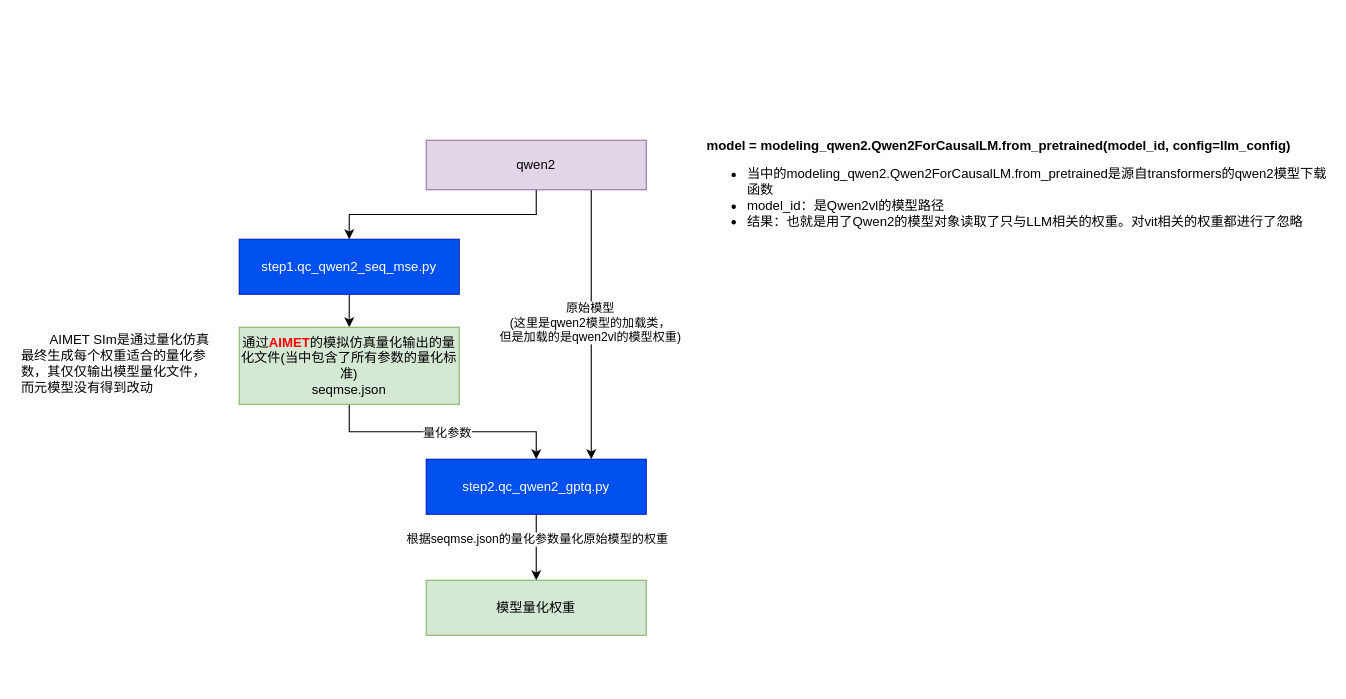
mailonghua/drawio keeps this draw.io diagram as LLM/mllm_hexagon_npu_convert_detail.drawio. Above is the earlier version. Source tidied: cells renumbered, new cells numbered last; positions are measured from the earlier drawing's top-left corner, leaving out a move shared by most shapes. Both pictures are drawn from the tidied source at 110%, with x=0, y=0 at pixel (19, 118).
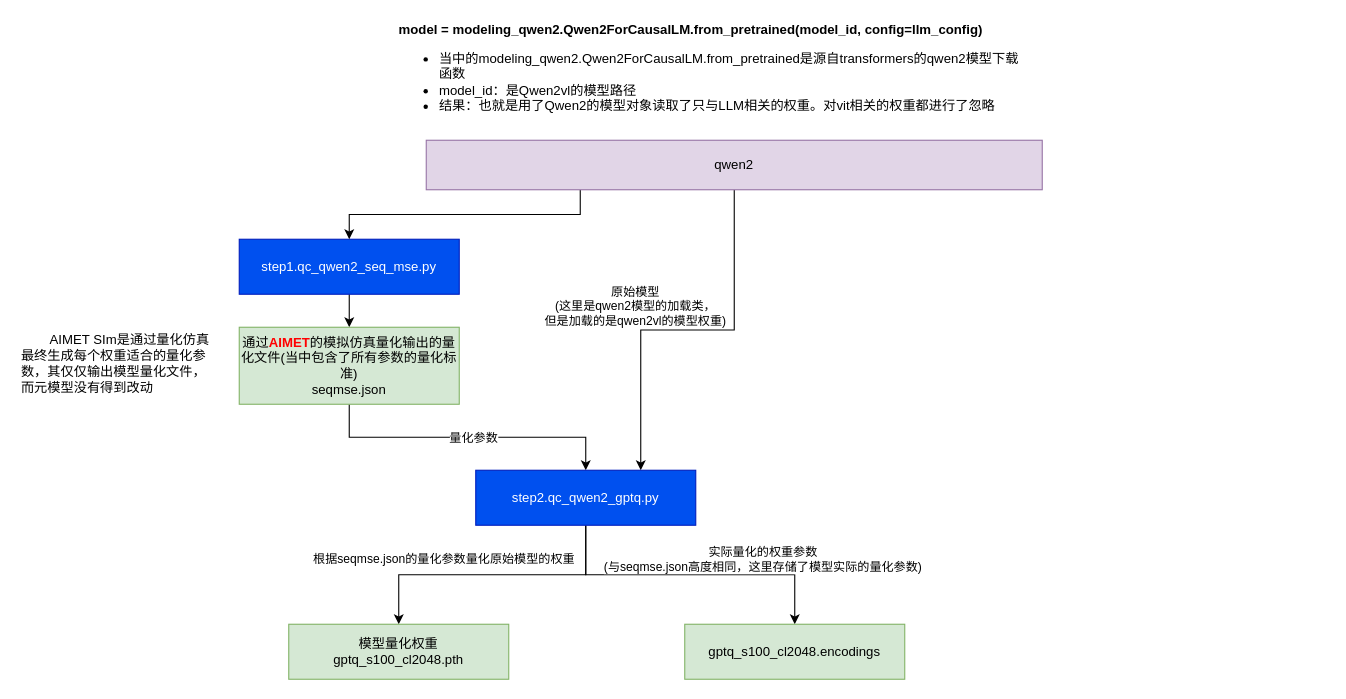
After the change.

The change refers to these unchanged cells:
```xml
<mxCell id="3" value="step1.qc_qwen2_seq_mse.py" style="rounded=0;whiteSpace=wrap;html=1;fillColor=#0050ef;fontColor=#ffffff;strokeColor=#001DBC;" parent="1" vertex="1">
  <mxGeometry x="200" y="110" width="200" height="50" as="geometry" />
</mxCell>
<mxCell id="11" style="edgeStyle=orthogonalEdgeStyle;rounded=0;jettySize=auto;html=1;" parent="1" edge="1" source="13" target="14">
  <mxGeometry relative="1" as="geometry" />
</mxCell>
```

What changed in the source:
```diff
@@
-    <mxCell id="7" style="edgeStyle=orthogonalEdgeStyle;rounded=0;jettySize=auto;html=1;exitX=0.5;exitY=1;exitDx=0;exitDy=0;entryX=0.5;entryY=0;entryDx=0;entryDy=0;" parent="1" edge="1" source="10" target="3">
+    <mxCell id="7" style="edgeStyle=orthogonalEdgeStyle;rounded=0;jettySize=auto;html=1;exitX=0.25;exitY=1;exitDx=0;exitDy=0;entryX=0.5;entryY=0;entryDx=0;entryDy=0;" parent="1" edge="1" source="10" target="3">
       <mxGeometry relative="1" as="geometry" />
     </mxCell>
-    <mxCell id="8" style="edgeStyle=orthogonalEdgeStyle;rounded=0;jettySize=auto;html=1;exitX=0.75;exitY=1;exitDx=0;exitDy=0;entryX=0.75;entryY=0;entryDx=0;entryDy=0;" parent="1" edge="1" source="10" target="13">
+    <mxCell id="8" style="edgeStyle=orthogonalEdgeStyle;rounded=0;jettySize=auto;html=1;exitX=0.5;exitY=1;exitDx=0;exitDy=0;entryX=0.75;entryY=0;entryDx=0;entryDy=0;" parent="1" edge="1" source="10" target="13">
       <mxGeometry relative="1" as="geometry" />
     </mxCell>
     <mxCell id="9" value="原始模型&lt;div&gt;(这里是qwen2模型的加载类，&lt;/div&gt;&lt;div&gt;但是加载的是qwen2vl的模型权重)&lt;/div&gt;" style="edgeLabel;html=1;align=center;verticalAlign=middle;" parent="8" vertex="1">
-      <mxGeometry x="-0.02" y="-2" relative="1" as="geometry" />
+      <mxGeometry x="-0.02" y="-2" relative="1" as="geometry">
+        <mxPoint x="-51" y="-20" as="offset" />
+      </mxGeometry>
     </mxCell>
     <mxCell id="10" value="qwen2" style="rounded=0;whiteSpace=wrap;html=1;fillColor=#e1d5e7;strokeColor=#9673a6;" parent="1" vertex="1">
-      <mxGeometry x="370" y="20" width="200" height="45" as="geometry" />
+      <mxGeometry x="370" y="20" width="560" height="45" as="geometry" />
     </mxCell>
@@
     <mxCell id="12" value="根据seqmse.json的量化参数量化原始模型的权重" style="edgeLabel;html=1;align=center;verticalAlign=middle;" parent="11" vertex="1">
-      <mxGeometry x="-0.28" relative="1" as="geometry" />
+      <mxGeometry x="-0.28" relative="1" as="geometry">
+        <mxPoint x="-81" y="-15" as="offset" />
+      </mxGeometry>
     </mxCell>
+    <mxCell id="17" style="edgeStyle=orthogonalEdgeStyle;rounded=0;jettySize=auto;html=1;exitX=0.5;exitY=1;exitDx=0;exitDy=0;" parent="1" edge="1" source="13" target="18">
+      <mxGeometry relative="1" as="geometry" />
+    </mxCell>
     <mxCell id="13" value="step2.qc_qwen2_gptq.py" style="rounded=0;whiteSpace=wrap;html=1;fillColor=#0050ef;fontColor=#ffffff;strokeColor=#001DBC;" parent="1" vertex="1">
-      <mxGeometry x="370" y="310" width="200" height="50" as="geometry" />
+      <mxGeometry x="415" y="320" width="200" height="50" as="geometry" />
     </mxCell>
-    <mxCell id="14" value="模型量化权重" style="rounded=0;whiteSpace=wrap;html=1;fillColor=#d5e8d4;strokeColor=#82b366;" parent="1" vertex="1">
-      <mxGeometry x="370" y="420" width="200" height="50" as="geometry" />
+    <mxCell id="14" value="模型量化权重&lt;br&gt;gptq_s100_cl2048.pth" style="rounded=0;whiteSpace=wrap;html=1;fillColor=#d5e8d4;strokeColor=#82b366;" parent="1" vertex="1">
+      <mxGeometry x="245" y="460" width="200" height="50" as="geometry" />
     </mxCell>
@@
     <mxCell id="16" value="&lt;b&gt;&amp;nbsp;model = modeling_qwen2.Qwen2ForCausalLM.from_pretrained(model_id, config=llm_config)&lt;/b&gt;&lt;br&gt;&lt;ul&gt;&lt;li&gt;当中的modeling_qwen2.Qwen2ForCausalLM.from_pretrained是源自transformers的qwen2模型下载函数&lt;/li&gt;&lt;li&gt;model_id：是Qwen2vl的模型路径&lt;/li&gt;&lt;li&gt;结果：也就是用了Qwen2的模型对象读取了只与LLM相关的权重。对vit相关的权重都进行了忽略&lt;/li&gt;&lt;/ul&gt;" style="text;strokeColor=none;align=left;fillColor=none;html=1;verticalAlign=middle;whiteSpace=wrap;rounded=0;" parent="1" vertex="1">
-      <mxGeometry x="620" width="570" height="130" as="geometry" />
+      <mxGeometry x="340" y="-90" width="570" height="100" as="geometry" />
     </mxCell>
+    <mxCell id="18" value="gptq_s100_cl2048.encodings" style="rounded=0;whiteSpace=wrap;html=1;fillColor=#d5e8d4;strokeColor=#82b366;" parent="1" vertex="1">
+      <mxGeometry x="605" y="460" width="200" height="50" as="geometry" />
+    </mxCell>
+    <mxCell id="19" value="实际量化的权重参数&lt;div&gt;(与seqmse.json高度相同，这里存储了模型实际的量化参数)&lt;/div&gt;" style="edgeLabel;html=1;align=center;verticalAlign=middle;" parent="1" vertex="1">
+      <mxGeometry x="675" y="400" as="geometry" />
+    </mxCell>
```
